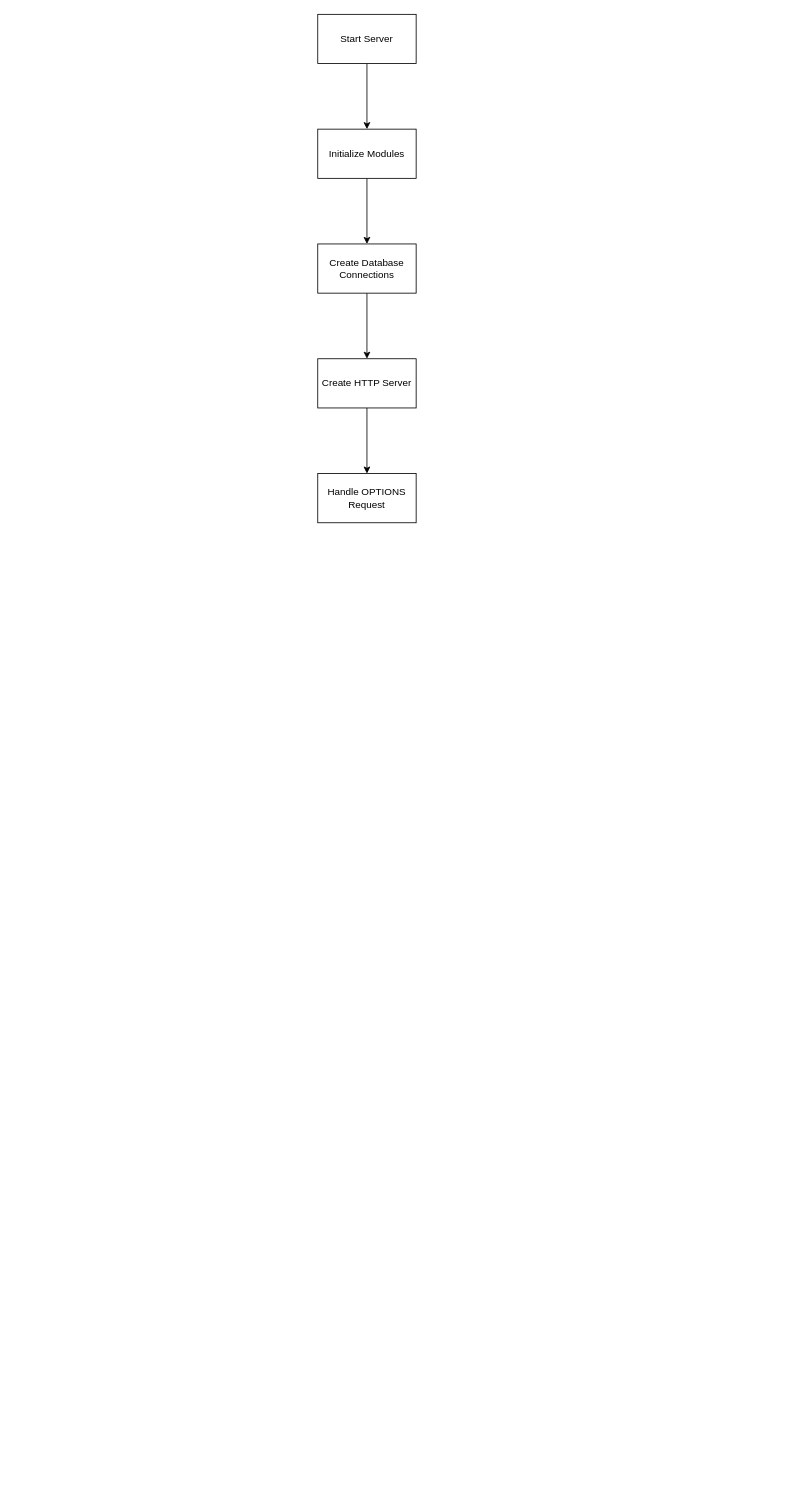
This is server_flowchart.drawio from sindregjone/TempAndHumSens, a draw.io file, before an edit. Source tidied: cells renumbered, new cells numbered last; positions are measured from the earlier drawing's top-left corner, leaving out a move shared by most shapes. Both pictures are drawn from the tidied source at 82%, with x=0, y=0 at pixel (317, 14).
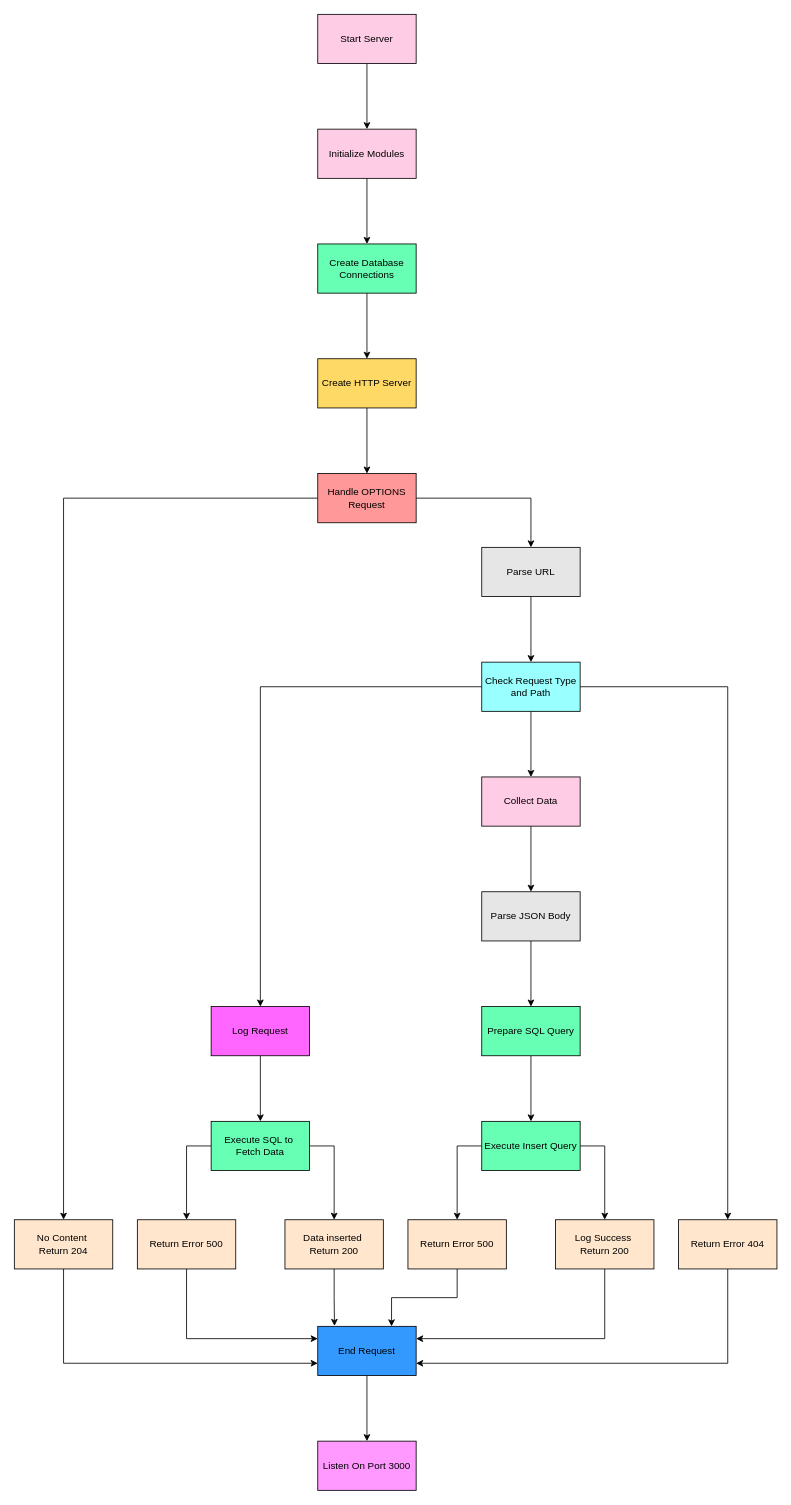
The same diagram, later.

Change to the diagram source:
```diff
@@
-    <mxCell id="3" value="Start Server" style="rounded=0;whiteSpace=wrap;html=1;" parent="1" vertex="1">
+    <mxCell id="3" value="Start Server" style="rounded=0;whiteSpace=wrap;html=1;fillColor=#FFCCE6;" parent="1" vertex="1">
       <mxGeometry width="120" height="60" as="geometry" />
     </mxCell>
@@
-    <mxCell id="5" value="Initialize Modules" style="rounded=0;whiteSpace=wrap;html=1;" parent="1" vertex="1">
+    <mxCell id="5" value="Initialize Modules" style="rounded=0;whiteSpace=wrap;html=1;fillColor=#FFCCE6;" parent="1" vertex="1">
       <mxGeometry y="140" width="120" height="60" as="geometry" />
     </mxCell>
@@
-    <mxCell id="7" value="Create Database Connections" style="rounded=0;whiteSpace=wrap;html=1;" parent="1" vertex="1">
+    <mxCell id="7" value="Create Database Connections" style="rounded=0;whiteSpace=wrap;html=1;fillColor=#66FFB3;" parent="1" vertex="1">
       <mxGeometry y="280" width="120" height="60" as="geometry" />
     </mxCell>
@@
-    <mxCell id="9" value="Create HTTP Server" style="rounded=0;whiteSpace=wrap;html=1;" parent="1" vertex="1">
+    <mxCell id="9" value="Create HTTP Server" style="rounded=0;whiteSpace=wrap;html=1;fillColor=#FFD966;" parent="1" vertex="1">
       <mxGeometry y="420" width="120" height="60" as="geometry" />
     </mxCell>
+    <mxCell id="11" style="edgeStyle=orthogonalEdgeStyle;rounded=0;jettySize=auto;html=1;" parent="1" edge="1" source="10" target="14">
+      <mxGeometry relative="1" as="geometry" />
+    </mxCell>
+    <mxCell id="12" style="edgeStyle=orthogonalEdgeStyle;rounded=0;jettySize=auto;html=1;entryX=0.5;entryY=0;entryDx=0;entryDy=0;" parent="1" edge="1" source="10" target="43">
+      <mxGeometry relative="1" as="geometry" />
+    </mxCell>
-    <mxCell id="10" value="Handle OPTIONS Request" style="rounded=0;whiteSpace=wrap;html=1;" parent="1" vertex="1">
+    <mxCell id="10" value="Handle OPTIONS Request" style="rounded=0;whiteSpace=wrap;html=1;fillColor=#FF9999;" parent="1" vertex="1">
       <mxGeometry y="560" width="120" height="60" as="geometry" />
     </mxCell>
+    <mxCell id="13" style="edgeStyle=orthogonalEdgeStyle;rounded=0;jettySize=auto;html=1;" parent="1" edge="1" source="14" target="18">
+      <mxGeometry relative="1" as="geometry" />
+    </mxCell>
+    <mxCell id="14" value="Parse URL" style="rounded=0;whiteSpace=wrap;html=1;fillColor=#E6E6E6;" parent="1" vertex="1">
+      <mxGeometry x="200" y="650" width="120" height="60" as="geometry" />
+    </mxCell>
+    <mxCell id="15" style="edgeStyle=orthogonalEdgeStyle;rounded=0;jettySize=auto;html=1;" parent="1" edge="1" source="18" target="20">
+      <mxGeometry relative="1" as="geometry" />
+    </mxCell>
+    <mxCell id="16" style="edgeStyle=orthogonalEdgeStyle;rounded=0;jettySize=auto;html=1;" parent="1" edge="1" source="18" target="33">
+      <mxGeometry relative="1" as="geometry" />
+    </mxCell>
+    <mxCell id="17" style="edgeStyle=orthogonalEdgeStyle;rounded=0;jettySize=auto;html=1;entryX=0.5;entryY=0;entryDx=0;entryDy=0;" parent="1" edge="1" source="18" target="41">
+      <mxGeometry relative="1" as="geometry" />
+    </mxCell>
+    <mxCell id="18" value="Check Request Type and Path" style="rounded=0;whiteSpace=wrap;html=1;fillColor=#99FFFF;" parent="1" vertex="1">
+      <mxGeometry x="200" y="790" width="120" height="60" as="geometry" />
+    </mxCell>
+    <mxCell id="19" style="edgeStyle=orthogonalEdgeStyle;rounded=0;jettySize=auto;html=1;" parent="1" edge="1" source="20" target="22">
+      <mxGeometry relative="1" as="geometry" />
+    </mxCell>
+    <mxCell id="20" value="Collect Data" style="whiteSpace=wrap;html=1;rounded=0;fillColor=#FFCCE6;" parent="1" vertex="1">
+      <mxGeometry x="200" y="930" width="120" height="60" as="geometry" />
+    </mxCell>
+    <mxCell id="21" style="edgeStyle=orthogonalEdgeStyle;rounded=0;jettySize=auto;html=1;" parent="1" edge="1" source="22" target="24">
+      <mxGeometry relative="1" as="geometry" />
+    </mxCell>
+    <mxCell id="22" value="Parse JSON Body" style="whiteSpace=wrap;html=1;rounded=0;fillColor=#E6E6E6;" parent="1" vertex="1">
+      <mxGeometry x="200" y="1070" width="120" height="60" as="geometry" />
+    </mxCell>
+    <mxCell id="23" style="edgeStyle=orthogonalEdgeStyle;rounded=0;jettySize=auto;html=1;" parent="1" edge="1" source="24" target="27">
+      <mxGeometry relative="1" as="geometry" />
+    </mxCell>
+    <mxCell id="24" value="Prepare SQL Query" style="whiteSpace=wrap;html=1;rounded=0;fillColor=#66FFB3;" parent="1" vertex="1">
+      <mxGeometry x="200" y="1210" width="120" height="60" as="geometry" />
+    </mxCell>
+    <mxCell id="25" style="edgeStyle=orthogonalEdgeStyle;rounded=0;jettySize=auto;html=1;entryX=0.5;entryY=0;entryDx=0;entryDy=0;" parent="1" edge="1" source="27" target="29">
+      <mxGeometry relative="1" as="geometry">
+        <Array as="points">
+          <mxPoint x="170" y="1380" />
+          <mxPoint x="170" y="1470" />
+        </Array>
+      </mxGeometry>
+    </mxCell>
+    <mxCell id="26" style="edgeStyle=orthogonalEdgeStyle;rounded=0;jettySize=auto;html=1;entryX=0.5;entryY=0;entryDx=0;entryDy=0;" parent="1" edge="1" source="27" target="31">
+      <mxGeometry relative="1" as="geometry">
+        <Array as="points">
+          <mxPoint x="350" y="1380" />
+        </Array>
+      </mxGeometry>
+    </mxCell>
+    <mxCell id="27" value="Execute Insert Query" style="whiteSpace=wrap;html=1;rounded=0;fillColor=#66FFB3;" parent="1" vertex="1">
+      <mxGeometry x="200" y="1350" width="120" height="60" as="geometry" />
+    </mxCell>
+    <mxCell id="28" style="edgeStyle=orthogonalEdgeStyle;rounded=0;jettySize=auto;html=1;entryX=0.75;entryY=0;entryDx=0;entryDy=0;" parent="1" edge="1" source="29" target="45">
+      <mxGeometry relative="1" as="geometry" />
+    </mxCell>
+    <mxCell id="29" value="Return Error 500" style="whiteSpace=wrap;html=1;rounded=0;fillColor=#FFE6CC;" parent="1" vertex="1">
+      <mxGeometry x="110" y="1470" width="120" height="60" as="geometry" />
+    </mxCell>
+    <mxCell id="30" style="edgeStyle=orthogonalEdgeStyle;rounded=0;jettySize=auto;html=1;entryX=1;entryY=0.25;entryDx=0;entryDy=0;" parent="1" edge="1" source="31" target="45">
+      <mxGeometry relative="1" as="geometry">
+        <Array as="points">
+          <mxPoint x="350" y="1615" />
+        </Array>
+      </mxGeometry>
+    </mxCell>
+    <mxCell id="31" value="Log Success&amp;nbsp;&lt;div&gt;Return 200&lt;/div&gt;" style="whiteSpace=wrap;html=1;rounded=0;fillColor=#FFE6CC;" parent="1" vertex="1">
+      <mxGeometry x="290" y="1470" width="120" height="60" as="geometry" />
+    </mxCell>
+    <mxCell id="32" style="edgeStyle=orthogonalEdgeStyle;rounded=0;jettySize=auto;html=1;entryX=1;entryY=0.75;entryDx=0;entryDy=0;" parent="1" edge="1" source="33" target="45">
+      <mxGeometry relative="1" as="geometry">
+        <Array as="points">
+          <mxPoint x="500" y="1645" />
+        </Array>
+      </mxGeometry>
+    </mxCell>
+    <mxCell id="33" value="Return Error 404" style="whiteSpace=wrap;html=1;rounded=0;fillColor=#FFE6CC;" parent="1" vertex="1">
+      <mxGeometry x="440" y="1470" width="120" height="60" as="geometry" />
+    </mxCell>
+    <mxCell id="34" value="Data inserted&amp;nbsp;&lt;div&gt;Return 200&lt;/div&gt;" style="rounded=0;whiteSpace=wrap;html=1;fillColor=#FFE6CC;" parent="1" vertex="1">
+      <mxGeometry x="-40" y="1470" width="120" height="60" as="geometry" />
+    </mxCell>
+    <mxCell id="35" style="edgeStyle=orthogonalEdgeStyle;rounded=0;jettySize=auto;html=1;entryX=0;entryY=0.25;entryDx=0;entryDy=0;" parent="1" edge="1" source="36" target="45">
+      <mxGeometry relative="1" as="geometry">
+        <Array as="points">
+          <mxPoint x="-160" y="1615" />
+        </Array>
+      </mxGeometry>
+    </mxCell>
+    <mxCell id="36" value="Return Error 500" style="rounded=0;whiteSpace=wrap;html=1;fillColor=#FFE6CC;" parent="1" vertex="1">
+      <mxGeometry x="-220" y="1470" width="120" height="60" as="geometry" />
+    </mxCell>
+    <mxCell id="37" style="edgeStyle=orthogonalEdgeStyle;rounded=0;jettySize=auto;html=1;entryX=0.5;entryY=0;entryDx=0;entryDy=0;" parent="1" edge="1" source="39" target="34">
+      <mxGeometry relative="1" as="geometry">
+        <Array as="points">
+          <mxPoint x="20" y="1380" />
+        </Array>
+      </mxGeometry>
+    </mxCell>
+    <mxCell id="38" style="edgeStyle=orthogonalEdgeStyle;rounded=0;jettySize=auto;html=1;entryX=0.5;entryY=0;entryDx=0;entryDy=0;" parent="1" edge="1" source="39" target="36">
+      <mxGeometry relative="1" as="geometry">
+        <Array as="points">
+          <mxPoint x="-160" y="1380" />
+        </Array>
+      </mxGeometry>
+    </mxCell>
+    <mxCell id="39" value="Execute SQL to&amp;nbsp;&lt;div&gt;Fetch Data&lt;/div&gt;" style="rounded=0;whiteSpace=wrap;html=1;fillColor=#66FFB3;" parent="1" vertex="1">
+      <mxGeometry x="-130" y="1350" width="120" height="60" as="geometry" />
+    </mxCell>
+    <mxCell id="40" style="edgeStyle=orthogonalEdgeStyle;rounded=0;jettySize=auto;html=1;entryX=0.5;entryY=0;entryDx=0;entryDy=0;" parent="1" edge="1" source="41" target="39">
+      <mxGeometry relative="1" as="geometry" />
+    </mxCell>
+    <mxCell id="41" value="Log Request" style="whiteSpace=wrap;html=1;rounded=0;fillColor=#FF66FF;" parent="1" vertex="1">
+      <mxGeometry x="-130" y="1210" width="120" height="60" as="geometry" />
+    </mxCell>
+    <mxCell id="42" style="edgeStyle=orthogonalEdgeStyle;rounded=0;jettySize=auto;html=1;entryX=0;entryY=0.75;entryDx=0;entryDy=0;" parent="1" edge="1" source="43" target="45">
+      <mxGeometry relative="1" as="geometry">
+        <Array as="points">
+          <mxPoint x="-310" y="1645" />
+        </Array>
+      </mxGeometry>
+    </mxCell>
+    <mxCell id="43" value="No Content&amp;nbsp;&lt;div&gt;Return 204&lt;/div&gt;" style="rounded=0;whiteSpace=wrap;html=1;fillColor=#FFE6CC;" parent="1" vertex="1">
+      <mxGeometry x="-370" y="1470" width="120" height="60" as="geometry" />
+    </mxCell>
+    <mxCell id="44" style="edgeStyle=orthogonalEdgeStyle;rounded=0;jettySize=auto;html=1;" parent="1" edge="1" source="45" target="47">
+      <mxGeometry relative="1" as="geometry" />
+    </mxCell>
+    <mxCell id="45" value="End Request" style="rounded=0;whiteSpace=wrap;html=1;fillColor=#3399FF;" parent="1" vertex="1">
+      <mxGeometry y="1600" width="120" height="60" as="geometry" />
+    </mxCell>
+    <mxCell id="46" style="edgeStyle=orthogonalEdgeStyle;rounded=0;jettySize=auto;html=1;entryX=0.17;entryY=-0.009;entryDx=0;entryDy=0;entryPerimeter=0;" parent="1" edge="1" source="34" target="45">
+      <mxGeometry relative="1" as="geometry" />
+    </mxCell>
+    <mxCell id="47" value="Listen On Port 3000" style="whiteSpace=wrap;html=1;rounded=0;fillColor=#FF99FF;" parent="1" vertex="1">
+      <mxGeometry y="1740" width="120" height="60" as="geometry" />
+    </mxCell>
```
